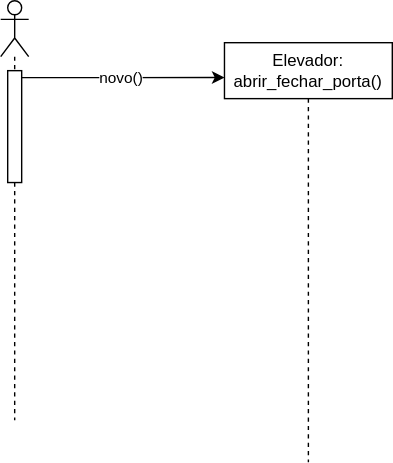
Before: Diagrama-Sequencia/Abre_FechaPorta.svg, a diagram exported from draw.io (wholocked1/Projeto-2-modelagem). Source tidied: cells renumbered, new cells last; positions are measured from the earlier drawing's top-left corner, leaving out a move shared by most shapes. Its diagram source:
```xml
<mxGraphModel background="#ffffff">
  <root>
    <mxCell id="0" />
    <mxCell id="1" parent="0" />
    <mxCell id="2" value="Elevador: abrir_fechar_porta()" style="shape=umlLifeline;perimeter=lifelinePerimeter;whiteSpace=wrap;html=1;outlineConnect=0;portConstraint=eastwest;newEdgeStyle={&quot;curved&quot;:0,&quot;rounded&quot;:0};" parent="1" vertex="1">
      <mxGeometry x="160" y="30" width="120" height="300" as="geometry" />
    </mxCell>
    <mxCell id="3" style="shape=umlLifeline;perimeter=lifelinePerimeter;whiteSpace=wrap;html=1;newEdgeStyle={&quot;curved&quot;:0,&quot;rounded&quot;:0};participant=umlActor;" parent="1" vertex="1">
      <mxGeometry width="20" height="300" as="geometry" />
    </mxCell>
    <mxCell id="4" style="html=1;points=[[0,0,0,0,5],[0,1,0,0,-5],[1,0,0,0,5],[1,1,0,0,-5]];perimeter=orthogonalPerimeter;outlineConnect=0;targetShapes=umlLifeline;portConstraint=eastwest;newEdgeStyle={&quot;curved&quot;:0,&quot;rounded&quot;:0};" parent="3" vertex="1">
      <mxGeometry x="5" y="50" width="10" height="80" as="geometry" />
    </mxCell>
    <mxCell id="5" style="edgeStyle=orthogonalEdgeStyle;rounded=0;jettySize=auto;html=1;curved=0;exitX=1;exitY=0;exitDx=0;exitDy=5;exitPerimeter=0;entryX=0;entryY=0.083;entryDx=0;entryDy=0;entryPerimeter=0;" parent="1" edge="1" source="4" target="2">
      <mxGeometry relative="1" as="geometry" />
    </mxCell>
    <mxCell id="6" value="novo()" style="edgeLabel;html=1;align=center;verticalAlign=middle;" parent="5" vertex="1">
      <mxGeometry x="-0.04" y="1" relative="1" as="geometry" />
    </mxCell>
  </root>
</mxGraphModel>
```
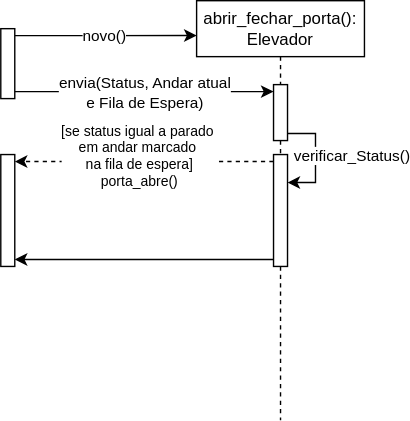
After the commit.

Change to the diagram source:
```diff
@@ -2,20 +2,56 @@
   <root>
     <mxCell id="0" />
     <mxCell id="1" parent="0" />
-    <mxCell id="2" value="Elevador: abrir_fechar_porta()" style="shape=umlLifeline;perimeter=lifelinePerimeter;whiteSpace=wrap;html=1;outlineConnect=0;portConstraint=eastwest;newEdgeStyle={&quot;curved&quot;:0,&quot;rounded&quot;:0};" parent="1" vertex="1">
+    <mxCell id="2" value="abrir_fechar_porta(): Elevador" style="shape=umlLifeline;perimeter=lifelinePerimeter;whiteSpace=wrap;html=1;outlineConnect=0;portConstraint=eastwest;newEdgeStyle={&quot;curved&quot;:0,&quot;rounded&quot;:0};" parent="1" vertex="1">
       <mxGeometry x="160" y="30" width="120" height="300" as="geometry" />
     </mxCell>
-    <mxCell id="3" style="shape=umlLifeline;perimeter=lifelinePerimeter;whiteSpace=wrap;html=1;newEdgeStyle={&quot;curved&quot;:0,&quot;rounded&quot;:0};participant=umlActor;" parent="1" vertex="1">
-      <mxGeometry width="20" height="300" as="geometry" />
-    </mxCell>
-    <mxCell id="4" style="html=1;points=[[0,0,0,0,5],[0,1,0,0,-5],[1,0,0,0,5],[1,1,0,0,-5]];perimeter=orthogonalPerimeter;outlineConnect=0;targetShapes=umlLifeline;portConstraint=eastwest;newEdgeStyle={&quot;curved&quot;:0,&quot;rounded&quot;:0};" parent="3" vertex="1">
-      <mxGeometry x="5" y="50" width="10" height="80" as="geometry" />
-    </mxCell>
+    <mxCell id="7" style="edgeStyle=orthogonalEdgeStyle;rounded=0;jettySize=auto;html=1;curved=0;exitX=1;exitY=1;exitDx=0;exitDy=-5;exitPerimeter=0;" parent="2" edge="1" source="9" target="10">
+      <mxGeometry relative="1" as="geometry">
+        <Array as="points">
+          <mxPoint x="85" y="95" />
+          <mxPoint x="85" y="130" />
+        </Array>
+      </mxGeometry>
+    </mxCell>
+    <mxCell id="8" value="verificar_Status()" style="edgeLabel;html=1;align=center;verticalAlign=middle;" parent="7" vertex="1">
+      <mxGeometry x="0.13" y="1" relative="1" as="geometry">
+        <mxPoint x="24" y="-7" as="offset" />
+      </mxGeometry>
+    </mxCell>
+    <mxCell id="9" style="html=1;points=[[0,0,0,0,5],[0,1,0,0,-5],[1,0,0,0,5],[1,1,0,0,-5]];perimeter=orthogonalPerimeter;outlineConnect=0;targetShapes=umlLifeline;portConstraint=eastwest;newEdgeStyle={&quot;curved&quot;:0,&quot;rounded&quot;:0};" parent="2" vertex="1">
+      <mxGeometry x="55" y="60" width="10" height="40" as="geometry" />
+    </mxCell>
+    <mxCell id="10" style="html=1;points=[[0,0,0,0,5],[0,1,0,0,-5],[1,0,0,0,5],[1,1,0,0,-5]];perimeter=orthogonalPerimeter;outlineConnect=0;targetShapes=umlLifeline;portConstraint=eastwest;newEdgeStyle={&quot;curved&quot;:0,&quot;rounded&quot;:0};" parent="2" vertex="1">
+      <mxGeometry x="55" y="110" width="10" height="80" as="geometry" />
+    </mxCell>
     <mxCell id="5" style="edgeStyle=orthogonalEdgeStyle;rounded=0;jettySize=auto;html=1;curved=0;exitX=1;exitY=0;exitDx=0;exitDy=5;exitPerimeter=0;entryX=0;entryY=0.083;entryDx=0;entryDy=0;entryPerimeter=0;" parent="1" edge="1" source="4" target="2">
       <mxGeometry relative="1" as="geometry" />
     </mxCell>
     <mxCell id="6" value="novo()" style="edgeLabel;html=1;align=center;verticalAlign=middle;" parent="5" vertex="1">
       <mxGeometry x="-0.04" y="1" relative="1" as="geometry" />
     </mxCell>
+    <mxCell id="11" style="edgeStyle=orthogonalEdgeStyle;rounded=0;jettySize=auto;html=1;curved=0;exitX=1;exitY=1;exitDx=0;exitDy=-5;exitPerimeter=0;entryX=0;entryY=0;entryDx=0;entryDy=5;entryPerimeter=0;" parent="1" edge="1" source="4" target="9">
+      <mxGeometry relative="1" as="geometry" />
+    </mxCell>
+    <mxCell id="12" value="envia(Status, Andar atual&lt;div&gt;e Fila de Espera)&lt;/div&gt;" style="edgeLabel;html=1;align=center;verticalAlign=middle;" parent="11" vertex="1">
+      <mxGeometry x="-0.01" relative="1" as="geometry" />
+    </mxCell>
+    <mxCell id="13" style="edgeStyle=orthogonalEdgeStyle;rounded=0;jettySize=auto;html=1;curved=0;exitX=0;exitY=0;exitDx=0;exitDy=5;exitPerimeter=0;entryX=1;entryY=0;entryDx=0;entryDy=5;entryPerimeter=0;dashed=1;" parent="1" edge="1" source="10" target="16">
+      <mxGeometry relative="1" as="geometry" />
+    </mxCell>
+    <mxCell id="14" value="&lt;font style=&quot;font-size: 10px;&quot;&gt;[se status igual a parado&amp;nbsp;&lt;/font&gt;&lt;div style=&quot;font-size: 10px;&quot;&gt;&lt;font style=&quot;font-size: 10px;&quot;&gt;em andar marcado&amp;nbsp;&lt;/font&gt;&lt;/div&gt;&lt;div style=&quot;font-size: 10px;&quot;&gt;&lt;font style=&quot;font-size: 10px;&quot;&gt;na fila de espera]&lt;/font&gt;&lt;/div&gt;&lt;div style=&quot;font-size: 10px;&quot;&gt;&lt;font style=&quot;font-size: 10px;&quot;&gt;porta_abre()&lt;/font&gt;&lt;/div&gt;" style="edgeLabel;html=1;align=center;verticalAlign=middle;" parent="13" vertex="1">
+      <mxGeometry x="0.09" y="-1" relative="1" as="geometry">
+        <mxPoint x="4" y="-4" as="offset" />
+      </mxGeometry>
+    </mxCell>
+    <mxCell id="15" style="edgeStyle=orthogonalEdgeStyle;rounded=0;jettySize=auto;html=1;curved=0;exitX=0;exitY=1;exitDx=0;exitDy=-5;exitPerimeter=0;entryX=1;entryY=1;entryDx=0;entryDy=-5;entryPerimeter=0;" parent="1" edge="1" source="10" target="16">
+      <mxGeometry relative="1" as="geometry" />
+    </mxCell>
+    <mxCell id="4" style="html=1;points=[[0,0,0,0,5],[0,1,0,0,-5],[1,0,0,0,5],[1,1,0,0,-5]];perimeter=orthogonalPerimeter;outlineConnect=0;targetShapes=umlLifeline;portConstraint=eastwest;newEdgeStyle={&quot;curved&quot;:0,&quot;rounded&quot;:0};" parent="1" vertex="1">
+      <mxGeometry x="20" y="50" width="10" height="50" as="geometry" />
+    </mxCell>
+    <mxCell id="16" style="html=1;points=[[0,0,0,0,5],[0,1,0,0,-5],[1,0,0,0,5],[1,1,0,0,-5]];perimeter=orthogonalPerimeter;outlineConnect=0;targetShapes=umlLifeline;portConstraint=eastwest;newEdgeStyle={&quot;curved&quot;:0,&quot;rounded&quot;:0};" parent="1" vertex="1">
+      <mxGeometry x="20" y="140" width="10" height="80" as="geometry" />
+    </mxCell>
   </root>
 </mxGraphModel>
```
